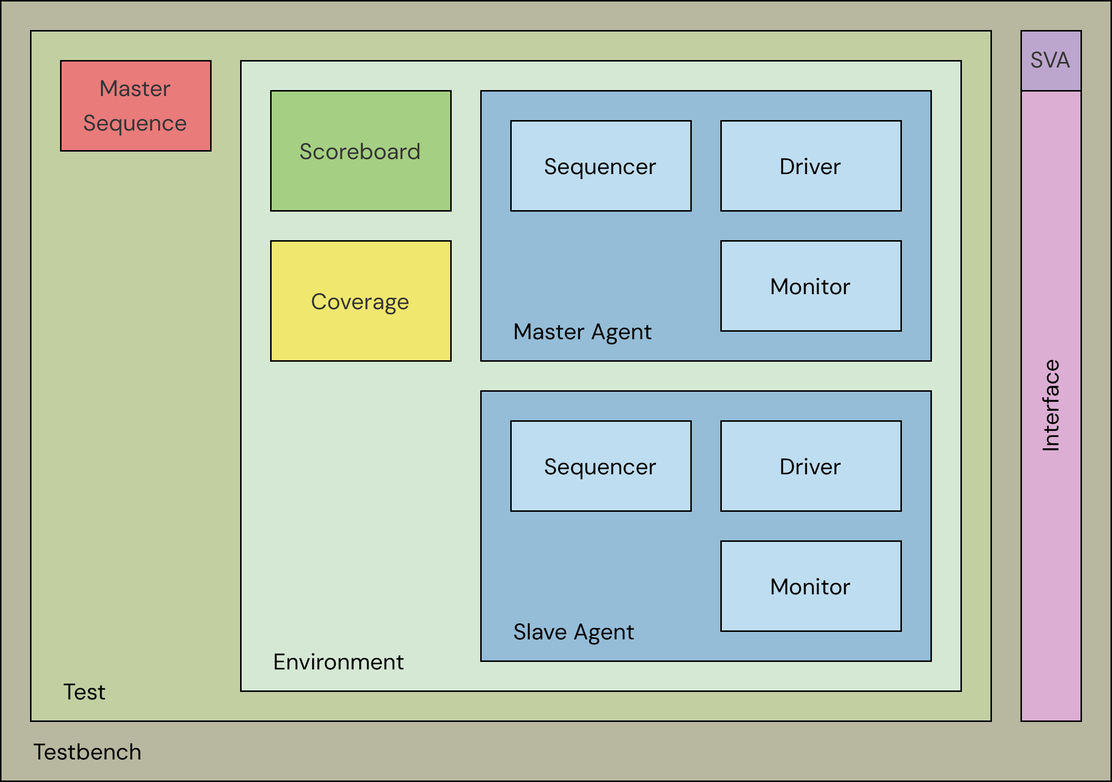
The draw.io diagram doc/axi4_vip.png in legiahuy15/AMBA-AXI4-VIP, before a commit. Source tidied: cells renumbered, new cells last; positions are measured from the earlier drawing's top-left corner, leaving out a move shared by most shapes.
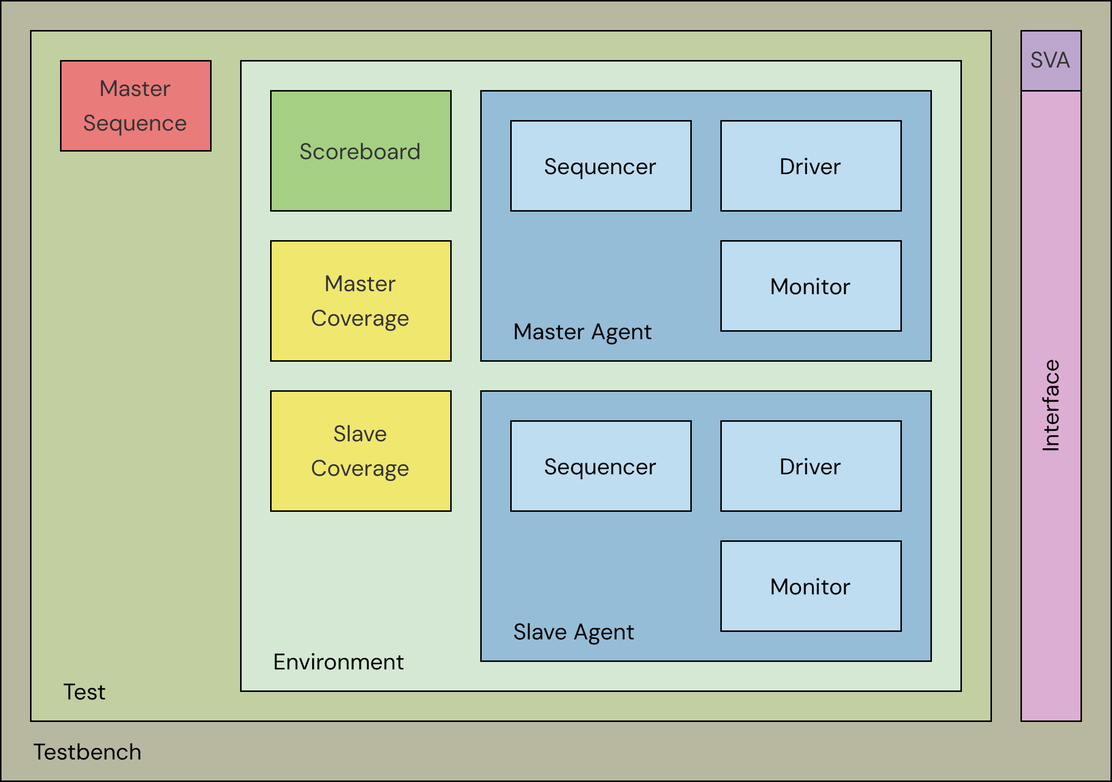
After the change.

What changed in the source:
```diff
@@ -41,7 +41,7 @@
     <mxCell id="14" value="&lt;font&gt;Scoreboard&lt;/font&gt;" style="rounded=0;whiteSpace=wrap;html=1;strokeWidth=1;fontSize=15;fillColor=#A5CF83;fontStyle=0;fontColor=#333333;strokeColor=#000000;fontFamily=DM Sans;fontSource=https%3A%2F%2Ffonts.googleapis.com%2Fcss%3Ffamily%3DDM%2BSans;" parent="1" vertex="1">
       <mxGeometry x="180" y="60" width="120" height="80" as="geometry" />
     </mxCell>
-    <mxCell id="15" value="Coverage" style="rounded=0;whiteSpace=wrap;html=1;strokeWidth=1;fontSize=15;fillColor=#F0E76F;fontStyle=0;fontColor=#333333;strokeColor=#000000;fontFamily=DM Sans;fontSource=https%3A%2F%2Ffonts.googleapis.com%2Fcss%3Ffamily%3DDM%2BSans;" parent="1" vertex="1">
+    <mxCell id="15" value="&lt;div style=&quot;line-height: 150%;&quot;&gt;&lt;div&gt;Master&lt;/div&gt;Coverage&lt;/div&gt;" style="rounded=0;whiteSpace=wrap;html=1;strokeWidth=1;fontSize=15;fillColor=#F0E76F;fontStyle=0;fontColor=#333333;strokeColor=#000000;fontFamily=DM Sans;fontSource=https%3A%2F%2Ffonts.googleapis.com%2Fcss%3Ffamily%3DDM%2BSans;" parent="1" vertex="1">
       <mxGeometry x="180" y="160" width="120" height="80" as="geometry" />
     </mxCell>
     <mxCell id="16" value="Testbench" style="text;html=1;whiteSpace=wrap;strokeColor=none;fillColor=none;align=left;verticalAlign=middle;rounded=0;strokeWidth=1;fontSize=15;fontStyle=0;fontFamily=DM Sans;fontSource=https%3A%2F%2Ffonts.googleapis.com%2Fcss%3Ffamily%3DDM%2BSans;" parent="1" vertex="1">
@@ -68,5 +68,8 @@
     <mxCell id="23" value="&lt;font style=&quot;font-size: 15px;&quot;&gt;Interface&lt;/font&gt;" style="text;html=1;whiteSpace=wrap;strokeColor=none;fillColor=none;align=center;verticalAlign=middle;rounded=0;rotation=-90;fontFamily=DM Sans;fontSource=https%3A%2F%2Ffonts.googleapis.com%2Fcss%3Ffamily%3DDM%2BSans;" parent="1" vertex="1">
       <mxGeometry x="489.5" y="249.5" width="420.4" height="40" as="geometry" />
     </mxCell>
+    <mxCell id="24" value="&lt;div style=&quot;line-height: 150%;&quot;&gt;&lt;div&gt;Slave&lt;/div&gt;Coverage&lt;/div&gt;" style="rounded=0;whiteSpace=wrap;html=1;strokeWidth=1;fontSize=15;fillColor=#F0E76F;fontStyle=0;fontColor=#333333;strokeColor=#000000;fontFamily=DM Sans;fontSource=https%3A%2F%2Ffonts.googleapis.com%2Fcss%3Ffamily%3DDM%2BSans;" parent="1" vertex="1">
+      <mxGeometry x="180" y="260" width="120" height="80" as="geometry" />
+    </mxCell>
   </root>
 </mxGraphModel>
```
